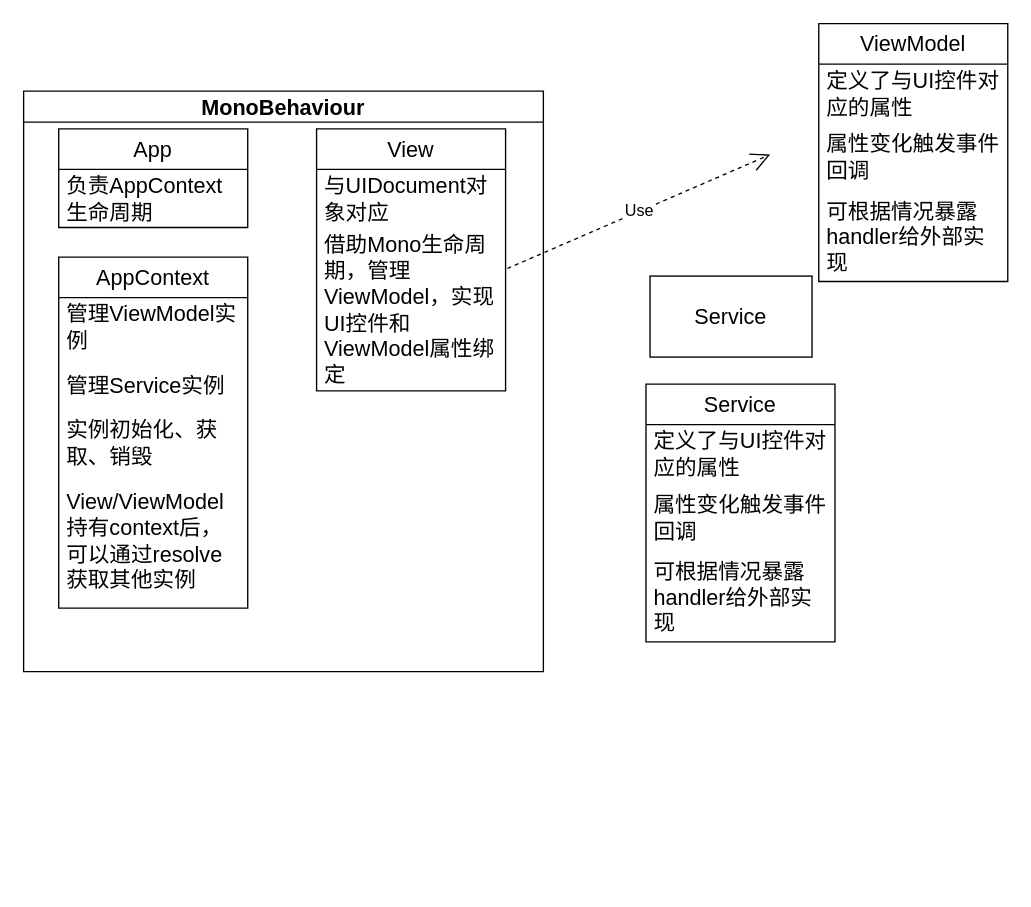
Earlier version of the draw.io diagram unitymvvmtoolkit.drawio (Owlcean/drawiorecord). Source tidied: cells renumbered, new cells numbered last; positions are measured from the earlier drawing's top-left corner, leaving out a move shared by most shapes. Both pictures are drawn from the tidied source at 135%, with x=0, y=0 at pixel (23, 23).
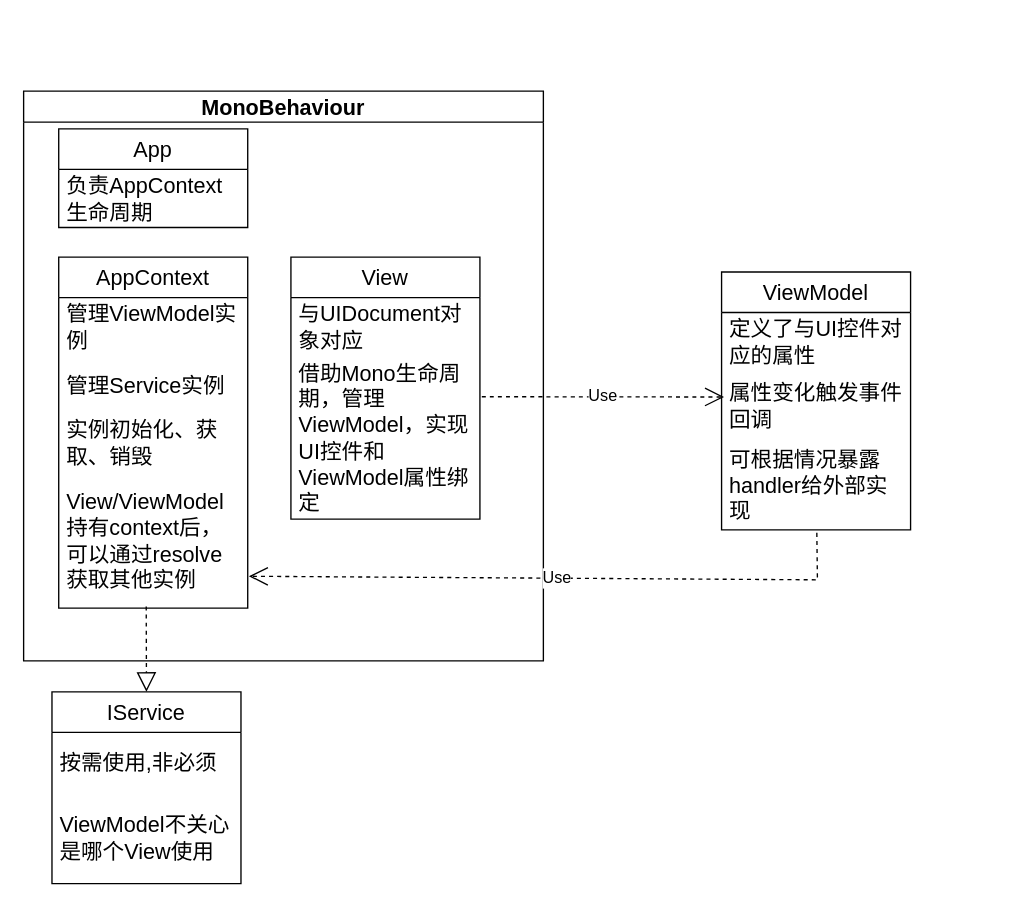
After the change.

The change refers to these unchanged cells:
```xml
<mxCell id="10" value="View/ViewModel持有context后，可以通过resolve获取其他实例" style="text;strokeColor=none;fillColor=none;align=left;verticalAlign=middle;spacingLeft=4;spacingRight=4;overflow=hidden;points=[[0,0.5],[1,0.5]];portConstraint=eastwest;whiteSpace=wrap;html=1;fontSize=16;" parent="6" vertex="1">
  <mxGeometry y="159" width="140" height="101" as="geometry" />
</mxCell>
<mxCell id="13" value="借助Mono生命周期，管理ViewModel，实现UI控件和ViewModel属性绑定&lt;br&gt;" style="text;strokeColor=none;fillColor=none;align=left;verticalAlign=middle;spacingLeft=4;spacingRight=4;overflow=hidden;points=[[0,0.5],[1,0.5]];portConstraint=eastwest;whiteSpace=wrap;html=1;fontSize=16;" parent="11" vertex="1">
  <mxGeometry y="73" width="140" height="121" as="geometry" />
</mxCell>
<mxCell id="17" value="属性变化触发事件回调" style="text;strokeColor=none;fillColor=none;align=left;verticalAlign=middle;spacingLeft=4;spacingRight=4;overflow=hidden;points=[[0,0.5],[1,0.5]];portConstraint=eastwest;whiteSpace=wrap;html=1;fontSize=16;" parent="15" vertex="1">
  <mxGeometry y="73" width="140" height="51" as="geometry" />
</mxCell>
<mxCell id="18" value="可根据情况暴露handler给外部实现" style="text;strokeColor=none;fillColor=none;align=left;verticalAlign=middle;spacingLeft=4;spacingRight=4;overflow=hidden;points=[[0,0.5],[1,0.5]];portConstraint=eastwest;whiteSpace=wrap;html=1;fontSize=16;" parent="15" vertex="1">
  <mxGeometry y="124" width="140" height="67" as="geometry" />
</mxCell>
```

The edit, as a diff of the source:
```diff
@@
-    <mxCell id="2" value="Service" style="rounded=0;whiteSpace=wrap;html=1;fontSize=16;" parent="1" vertex="1">
-      <mxGeometry x="464" y="187" width="120" height="60" as="geometry" />
-    </mxCell>
     <mxCell id="3" value="MonoBehaviour" style="swimlane;whiteSpace=wrap;html=1;fontSize=16;" parent="1" vertex="1">
-      <mxGeometry y="50" width="385" height="430" as="geometry" />
+      <mxGeometry y="50" width="385" height="422" as="geometry" />
     </mxCell>
@@
     <mxCell id="11" value="View" style="swimlane;fontStyle=0;horizontal=1;startSize=30;whiteSpace=wrap;html=1;fontSize=16;" parent="3" vertex="1">
-      <mxGeometry x="217" y="28" width="140" height="194" as="geometry" />
+      <mxGeometry x="198" y="123" width="140" height="194" as="geometry" />
     </mxCell>
@@
-    <mxCell id="14" value="Use" style="endArrow=open;endSize=12;dashed=1;html=1;rounded=0;fontSize=12;edgeStyle=none;curved=1;exitX=1.01;exitY=0.251;exitDx=0;exitDy=0;exitPerimeter=0;entryX=0;entryY=0.5;entryDx=0;entryDy=0;" parent="1" edge="1" source="13">
-      <mxGeometry relative="1" as="geometry">
-        <mxPoint x="553" y="97" as="targetPoint" />
-      </mxGeometry>
+    <mxCell id="14" value="Use" style="endArrow=open;endSize=12;dashed=1;html=1;rounded=0;fontSize=12;edgeStyle=none;curved=1;exitX=1.01;exitY=0.251;exitDx=0;exitDy=0;exitPerimeter=0;entryX=0.013;entryY=0.384;entryDx=0;entryDy=0;entryPerimeter=0;" parent="1" edge="1" source="13" target="17">
+      <mxGeometry relative="1" as="geometry" />
     </mxCell>
     <mxCell id="15" value="ViewModel" style="swimlane;fontStyle=0;horizontal=1;startSize=30;whiteSpace=wrap;html=1;fontSize=16;" parent="1" vertex="1">
-      <mxGeometry x="589" width="140" height="191" as="geometry" />
+      <mxGeometry x="517" y="184" width="140" height="191" as="geometry" />
     </mxCell>
@@
-    <mxCell id="19" value="Service" style="swimlane;fontStyle=0;horizontal=1;startSize=30;whiteSpace=wrap;html=1;fontSize=16;" parent="1" vertex="1">
-      <mxGeometry x="461" y="267" width="140" height="191" as="geometry" />
+    <mxCell id="19" value="IService" style="swimlane;fontStyle=0;horizontal=1;startSize=30;whiteSpace=wrap;html=1;fontSize=16;" parent="1" vertex="1">
+      <mxGeometry x="21" y="495" width="140" height="142" as="geometry" />
     </mxCell>
-    <mxCell id="20" value="定义了与UI控件对应的属性" style="text;strokeColor=none;fillColor=none;align=left;verticalAlign=middle;spacingLeft=4;spacingRight=4;overflow=hidden;whiteSpace=wrap;html=1;fontSize=16;" parent="19" vertex="1">
+    <mxCell id="20" value="按需使用,非必须" style="text;strokeColor=none;fillColor=none;align=left;verticalAlign=middle;spacingLeft=4;spacingRight=4;overflow=hidden;whiteSpace=wrap;html=1;fontSize=16;" parent="19" vertex="1">
       <mxGeometry y="30" width="140" height="43" as="geometry" />
     </mxCell>
-    <mxCell id="21" value="属性变化触发事件回调" style="text;strokeColor=none;fillColor=none;align=left;verticalAlign=middle;spacingLeft=4;spacingRight=4;overflow=hidden;whiteSpace=wrap;html=1;fontSize=16;" parent="19" vertex="1">
-      <mxGeometry y="73" width="140" height="51" as="geometry" />
-    </mxCell>
-    <mxCell id="22" value="可根据情况暴露handler给外部实现" style="text;strokeColor=none;fillColor=none;align=left;verticalAlign=middle;spacingLeft=4;spacingRight=4;overflow=hidden;whiteSpace=wrap;html=1;fontSize=16;" parent="19" vertex="1">
-      <mxGeometry y="124" width="140" height="67" as="geometry" />
-    </mxCell>
+    <mxCell id="23" value="ViewModel不关心是哪个View使用" style="text;strokeColor=none;fillColor=none;align=left;verticalAlign=middle;spacingLeft=4;spacingRight=4;overflow=hidden;whiteSpace=wrap;html=1;fontSize=16;" parent="19" vertex="1">
+      <mxGeometry y="73" width="140" height="69" as="geometry" />
+    </mxCell>
+    <mxCell id="24" style="endArrow=block;dashed=1;endFill=0;endSize=12;html=1;rounded=0;fontSize=12;edgeStyle=none;curved=1;exitX=0.463;exitY=0.988;exitDx=0;exitDy=0;exitPerimeter=0;entryX=0.5;entryY=0;entryDx=0;entryDy=0;" parent="1" edge="1" source="10" target="19">
+      <mxGeometry relative="1" as="geometry" />
+    </mxCell>
+    <mxCell id="25" value="Use" style="endArrow=open;endSize=12;dashed=1;html=1;rounded=0;fontSize=12;edgeStyle=none;exitX=0.504;exitY=1.033;exitDx=0;exitDy=0;exitPerimeter=0;entryX=1.006;entryY=0.766;entryDx=0;entryDy=0;entryPerimeter=0;" parent="1" edge="1" source="18" target="10">
+      <mxGeometry relative="1" as="geometry">
+        <Array as="points">
+          <mxPoint x="588" y="412" />
+        </Array>
+      </mxGeometry>
+    </mxCell>
```
